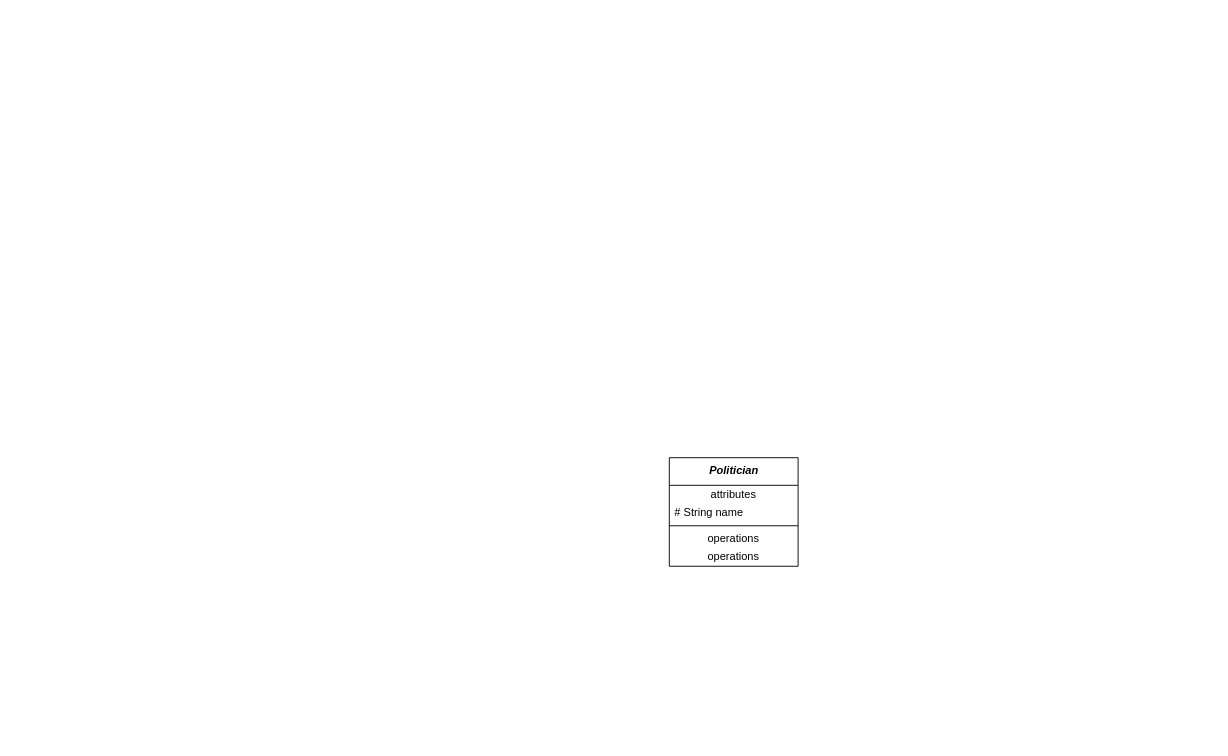
The draw.io diagram Mid-Exam.drawio in ussnllmn/SAD-1-2564, before the edit. Source tidied: cells renumbered, new cells numbered last; positions are measured from the earlier drawing's top-left corner, leaving out a move shared by most shapes. Both pictures are drawn from the tidied source at 92%, with x=0, y=0 at pixel (669, 457).
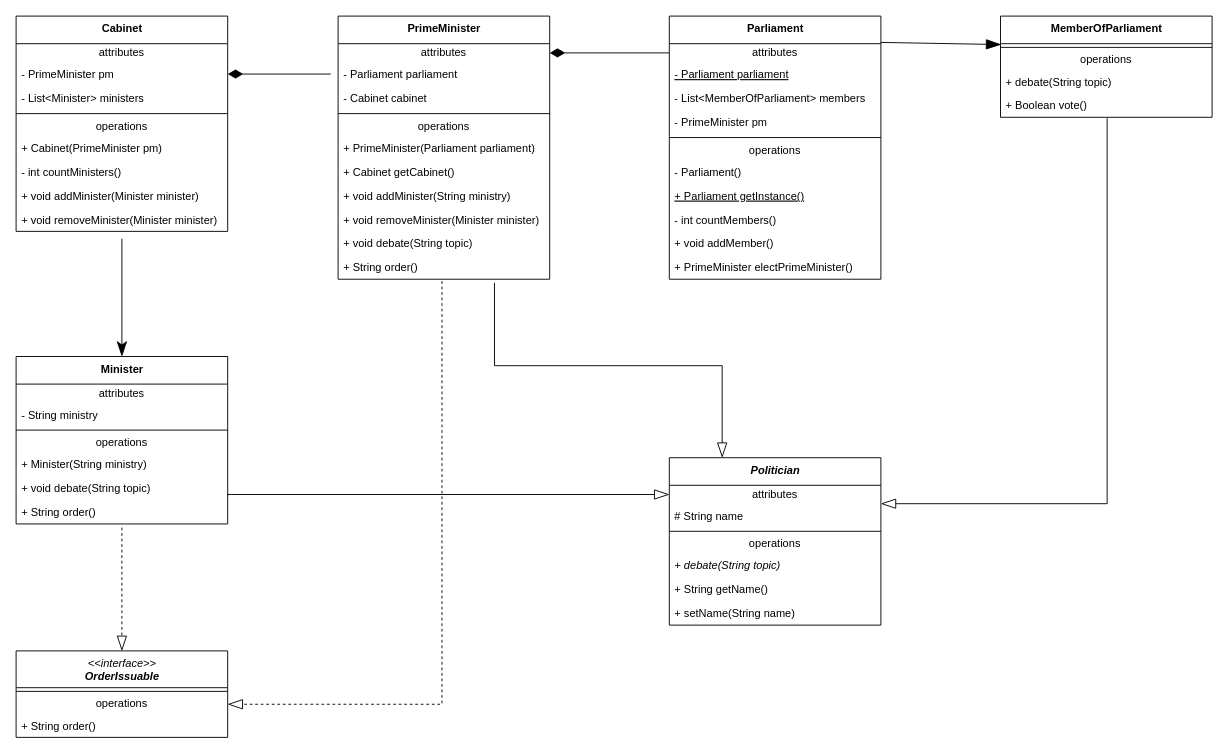
The same diagram, later.

The edit, as a diff of the source:
```diff
@@
+    <mxCell id="8" style="edgeStyle=orthogonalEdgeStyle;rounded=0;jettySize=auto;html=1;entryX=0.5;entryY=0;entryDx=0;entryDy=0;endArrow=classicThin;endFill=1;startSize=14;endSize=14;sourcePerimeterSpacing=8;targetPerimeterSpacing=8;" parent="1" edge="1" source="9" target="47">
+      <mxGeometry relative="1" as="geometry" />
+    </mxCell>
+    <mxCell id="9" value="&lt;b&gt;Cabinet&lt;/b&gt;" style="swimlane;fontStyle=0;align=center;verticalAlign=top;horizontal=1;startSize=30;html=1;" parent="1" vertex="1">
+      <mxGeometry x="-710" y="-480" width="230" height="234" as="geometry" />
+    </mxCell>
+    <mxCell id="10" value="attributes" style="text;html=1;strokeColor=none;fillColor=none;align=center;verticalAlign=middle;spacingLeft=4;spacingRight=4;overflow=hidden;" parent="9" vertex="1">
+      <mxGeometry y="30" width="230" height="20" as="geometry" />
+    </mxCell>
+    <mxCell id="11" value="- PrimeMinister pm" style="text;strokeColor=none;fillColor=none;align=left;verticalAlign=top;spacingLeft=4;spacingRight=4;overflow=hidden;" parent="9" vertex="1">
+      <mxGeometry y="50" width="230" height="26" as="geometry" />
+    </mxCell>
+    <mxCell id="12" value="- List&lt;Minister&gt; ministers" style="text;strokeColor=none;fillColor=none;align=left;verticalAlign=top;spacingLeft=4;spacingRight=4;overflow=hidden;" parent="9" vertex="1">
+      <mxGeometry y="76" width="230" height="26" as="geometry" />
+    </mxCell>
+    <mxCell id="13" style="line;strokeWidth=1;fillColor=none;align=left;verticalAlign=middle;spacingTop=-1;spacingLeft=3;spacingRight=3;labelPosition=right;" parent="9" vertex="1">
+      <mxGeometry y="102" width="230" height="8" as="geometry" />
+    </mxCell>
+    <mxCell id="14" value="operations" style="text;html=1;strokeColor=none;fillColor=none;align=center;verticalAlign=middle;spacingLeft=4;spacingRight=4;overflow=hidden;" parent="9" vertex="1">
+      <mxGeometry y="110" width="230" height="20" as="geometry" />
+    </mxCell>
+    <mxCell id="15" value="+ Cabinet(PrimeMinister pm)" style="text;strokeColor=none;fillColor=none;align=left;verticalAlign=top;spacingLeft=4;spacingRight=4;overflow=hidden;" parent="9" vertex="1">
+      <mxGeometry y="130" width="230" height="26" as="geometry" />
+    </mxCell>
+    <mxCell id="16" value="- int countMinisters()" style="text;strokeColor=none;fillColor=none;align=left;verticalAlign=top;spacingLeft=4;spacingRight=4;overflow=hidden;" parent="9" vertex="1">
+      <mxGeometry y="156" width="230" height="26" as="geometry" />
+    </mxCell>
+    <mxCell id="17" value="+ void addMinister(Minister minister)" style="text;strokeColor=none;fillColor=none;align=left;verticalAlign=top;spacingLeft=4;spacingRight=4;overflow=hidden;" parent="9" vertex="1">
+      <mxGeometry y="182" width="230" height="26" as="geometry" />
+    </mxCell>
+    <mxCell id="18" value="+ void removeMinister(Minister minister)" style="text;strokeColor=none;fillColor=none;align=left;verticalAlign=top;spacingLeft=4;spacingRight=4;overflow=hidden;" parent="9" vertex="1">
+      <mxGeometry y="208" width="230" height="26" as="geometry" />
+    </mxCell>
+    <mxCell id="19" style="edgeStyle=orthogonalEdgeStyle;rounded=0;jettySize=auto;html=1;exitX=0.491;exitY=1.077;exitDx=0;exitDy=0;entryX=1;entryY=0.5;entryDx=0;entryDy=0;endArrow=blockThin;startSize=14;endSize=14;sourcePerimeterSpacing=8;targetPerimeterSpacing=8;exitPerimeter=0;dashed=1;endFill=0;" parent="1" edge="1" source="31" target="69">
+      <mxGeometry relative="1" as="geometry">
+        <Array as="points">
+          <mxPoint x="-247" y="268" />
+        </Array>
+      </mxGeometry>
+    </mxCell>
+    <mxCell id="20" value="&lt;b&gt;PrimeMinister&lt;/b&gt;" style="swimlane;fontStyle=0;align=center;verticalAlign=top;horizontal=1;startSize=30;html=1;" parent="1" vertex="1">
+      <mxGeometry x="-360" y="-480" width="230" height="286" as="geometry" />
+    </mxCell>
+    <mxCell id="21" value="attributes" style="text;html=1;strokeColor=none;fillColor=none;align=center;verticalAlign=middle;spacingLeft=4;spacingRight=4;overflow=hidden;points=[[0,0.5],[1,0.5]];portConstraint=eastwest;" parent="20" vertex="1">
+      <mxGeometry y="30" width="230" height="20" as="geometry" />
+    </mxCell>
+    <mxCell id="22" value="- Parliament parliament" style="text;strokeColor=none;fillColor=none;align=left;verticalAlign=top;spacingLeft=4;spacingRight=4;overflow=hidden;points=[[0,0.5],[1,0.5]];portConstraint=eastwest;" parent="20" vertex="1">
+      <mxGeometry y="50" width="230" height="26" as="geometry" />
+    </mxCell>
+    <mxCell id="23" value="- Cabinet cabinet" style="text;strokeColor=none;fillColor=none;align=left;verticalAlign=top;spacingLeft=4;spacingRight=4;overflow=hidden;" parent="20" vertex="1">
+      <mxGeometry y="76" width="230" height="26" as="geometry" />
+    </mxCell>
+    <mxCell id="24" style="line;strokeWidth=1;fillColor=none;align=left;verticalAlign=middle;spacingTop=-1;spacingLeft=3;spacingRight=3;labelPosition=right;" parent="20" vertex="1">
+      <mxGeometry y="102" width="230" height="8" as="geometry" />
+    </mxCell>
+    <mxCell id="25" value="operations" style="text;html=1;strokeColor=none;fillColor=none;align=center;verticalAlign=middle;spacingLeft=4;spacingRight=4;overflow=hidden;" parent="20" vertex="1">
+      <mxGeometry y="110" width="230" height="20" as="geometry" />
+    </mxCell>
+    <mxCell id="26" value="+ PrimeMinister(Parliament parliament)" style="text;strokeColor=none;fillColor=none;align=left;verticalAlign=top;spacingLeft=4;spacingRight=4;overflow=hidden;" parent="20" vertex="1">
+      <mxGeometry y="130" width="230" height="26" as="geometry" />
+    </mxCell>
+    <mxCell id="27" value="+ Cabinet getCabinet() " style="text;strokeColor=none;fillColor=none;align=left;verticalAlign=top;spacingLeft=4;spacingRight=4;overflow=hidden;" parent="20" vertex="1">
+      <mxGeometry y="156" width="230" height="26" as="geometry" />
+    </mxCell>
+    <mxCell id="28" value="+ void addMinister(String ministry)" style="text;strokeColor=none;fillColor=none;align=left;verticalAlign=top;spacingLeft=4;spacingRight=4;overflow=hidden;" parent="20" vertex="1">
+      <mxGeometry y="182" width="230" height="26" as="geometry" />
+    </mxCell>
+    <mxCell id="29" value="+ void removeMinister(Minister minister)" style="text;strokeColor=none;fillColor=none;align=left;verticalAlign=top;spacingLeft=4;spacingRight=4;overflow=hidden;" parent="20" vertex="1">
+      <mxGeometry y="208" width="230" height="26" as="geometry" />
+    </mxCell>
+    <mxCell id="30" value="+ void debate(String topic)" style="text;strokeColor=none;fillColor=none;align=left;verticalAlign=top;spacingLeft=4;spacingRight=4;overflow=hidden;" parent="20" vertex="1">
+      <mxGeometry y="234" width="230" height="26" as="geometry" />
+    </mxCell>
+    <mxCell id="31" value="+ String order()" style="text;strokeColor=none;fillColor=none;align=left;verticalAlign=top;spacingLeft=4;spacingRight=4;overflow=hidden;points=[[0,0.5],[1,0.5]];portConstraint=eastwest;" parent="20" vertex="1">
+      <mxGeometry y="260" width="230" height="26" as="geometry" />
+    </mxCell>
+    <mxCell id="32" style="edgeStyle=none;rounded=0;jettySize=auto;html=1;exitX=0.996;exitY=-0.071;exitDx=0;exitDy=0;entryX=0.003;entryY=0.118;entryDx=0;entryDy=0;endArrow=blockThin;endFill=1;startSize=14;endSize=14;sourcePerimeterSpacing=8;targetPerimeterSpacing=8;entryPerimeter=0;exitPerimeter=0;startArrow=none;startFill=0;" parent="1" edge="1" source="34" target="57">
+      <mxGeometry relative="1" as="geometry" />
+    </mxCell>
+    <mxCell id="33" value="&lt;b&gt;Parliament&lt;/b&gt;" style="swimlane;fontStyle=0;align=center;verticalAlign=top;horizontal=1;startSize=30;html=1;" parent="1" vertex="1">
+      <mxGeometry y="-480" width="230" height="286" as="geometry" />
+    </mxCell>
+    <mxCell id="34" value="attributes" style="text;html=1;strokeColor=none;fillColor=none;align=center;verticalAlign=middle;spacingLeft=4;spacingRight=4;overflow=hidden;points=[[0,0.5],[1,0.5]];portConstraint=eastwest;" parent="33" vertex="1">
+      <mxGeometry y="30" width="230" height="20" as="geometry" />
+    </mxCell>
+    <mxCell id="35" value="- Parliament parliament" style="text;strokeColor=none;fillColor=none;align=left;verticalAlign=top;spacingLeft=4;spacingRight=4;overflow=hidden;fontStyle=4;" parent="33" vertex="1">
+      <mxGeometry y="50" width="230" height="26" as="geometry" />
+    </mxCell>
+    <mxCell id="36" value="- List&lt;MemberOfParliament&gt; members" style="text;strokeColor=none;fillColor=none;align=left;verticalAlign=top;spacingLeft=4;spacingRight=4;overflow=hidden;" parent="33" vertex="1">
+      <mxGeometry y="76" width="230" height="26" as="geometry" />
+    </mxCell>
+    <mxCell id="37" value="- PrimeMinister pm" style="text;strokeColor=none;fillColor=none;align=left;verticalAlign=top;spacingLeft=4;spacingRight=4;overflow=hidden;" parent="33" vertex="1">
+      <mxGeometry y="102" width="230" height="26" as="geometry" />
+    </mxCell>
+    <mxCell id="38" style="line;strokeWidth=1;fillColor=none;align=left;verticalAlign=middle;spacingTop=-1;spacingLeft=3;spacingRight=3;labelPosition=right;" parent="33" vertex="1">
+      <mxGeometry y="128" width="230" height="8" as="geometry" />
+    </mxCell>
+    <mxCell id="39" value="operations" style="text;html=1;strokeColor=none;fillColor=none;align=center;verticalAlign=middle;spacingLeft=4;spacingRight=4;overflow=hidden;" parent="33" vertex="1">
+      <mxGeometry y="136" width="230" height="20" as="geometry" />
+    </mxCell>
+    <mxCell id="40" value="- Parliament()" style="text;strokeColor=none;fillColor=none;align=left;verticalAlign=top;spacingLeft=4;spacingRight=4;overflow=hidden;" parent="33" vertex="1">
+      <mxGeometry y="156" width="230" height="26" as="geometry" />
+    </mxCell>
+    <mxCell id="41" value="+ Parliament getInstance()" style="text;strokeColor=none;fillColor=none;align=left;verticalAlign=top;spacingLeft=4;spacingRight=4;overflow=hidden;fontStyle=4;" parent="33" vertex="1">
+      <mxGeometry y="182" width="230" height="26" as="geometry" />
+    </mxCell>
+    <mxCell id="42" value="- int countMembers()" style="text;strokeColor=none;fillColor=none;align=left;verticalAlign=top;spacingLeft=4;spacingRight=4;overflow=hidden;" parent="33" vertex="1">
+      <mxGeometry y="208" width="230" height="26" as="geometry" />
+    </mxCell>
+    <mxCell id="43" value="+ void addMember()" style="text;strokeColor=none;fillColor=none;align=left;verticalAlign=top;spacingLeft=4;spacingRight=4;overflow=hidden;" parent="33" vertex="1">
+      <mxGeometry y="234" width="230" height="26" as="geometry" />
+    </mxCell>
+    <mxCell id="44" value="+ PrimeMinister electPrimeMinister()" style="text;strokeColor=none;fillColor=none;align=left;verticalAlign=top;spacingLeft=4;spacingRight=4;overflow=hidden;" parent="33" vertex="1">
+      <mxGeometry y="260" width="230" height="26" as="geometry" />
+    </mxCell>
+    <mxCell id="45" style="edgeStyle=orthogonalEdgeStyle;rounded=0;jettySize=auto;html=1;entryX=0.5;entryY=0;entryDx=0;entryDy=0;dashed=1;endArrow=blockThin;endFill=0;startSize=14;endSize=14;sourcePerimeterSpacing=8;targetPerimeterSpacing=8;" parent="1" edge="1" target="67">
+      <mxGeometry relative="1" as="geometry">
+        <mxPoint x="-595" y="76" as="sourcePoint" />
+        <Array as="points">
+          <mxPoint x="-595" y="110" />
+          <mxPoint x="-595" y="110" />
+        </Array>
+      </mxGeometry>
+    </mxCell>
+    <mxCell id="46" style="edgeStyle=orthogonalEdgeStyle;rounded=0;jettySize=auto;html=1;entryX=0;entryY=0.5;entryDx=0;entryDy=0;endArrow=blockThin;endFill=0;startSize=14;endSize=14;sourcePerimeterSpacing=8;targetPerimeterSpacing=8;exitX=1;exitY=0.808;exitDx=0;exitDy=0;exitPerimeter=0;" parent="1" edge="1" source="53" target="61">
+      <mxGeometry relative="1" as="geometry">
+        <Array as="points">
+          <mxPoint x="-480" y="40" />
+        </Array>
+      </mxGeometry>
+    </mxCell>
+    <mxCell id="47" value="&lt;b&gt;Minister&lt;/b&gt;" style="swimlane;fontStyle=0;align=center;verticalAlign=top;horizontal=1;startSize=30;html=1;" parent="1" vertex="1">
+      <mxGeometry x="-710" y="-110" width="230" height="182" as="geometry" />
+    </mxCell>
+    <mxCell id="48" value="attributes" style="text;html=1;strokeColor=none;fillColor=none;align=center;verticalAlign=middle;spacingLeft=4;spacingRight=4;overflow=hidden;" parent="47" vertex="1">
+      <mxGeometry y="30" width="230" height="20" as="geometry" />
+    </mxCell>
+    <mxCell id="49" value="- String ministry" style="text;strokeColor=none;fillColor=none;align=left;verticalAlign=top;spacingLeft=4;spacingRight=4;overflow=hidden;" parent="47" vertex="1">
+      <mxGeometry y="50" width="230" height="26" as="geometry" />
+    </mxCell>
+    <mxCell id="50" style="line;strokeWidth=1;fillColor=none;align=left;verticalAlign=middle;spacingTop=-1;spacingLeft=3;spacingRight=3;labelPosition=right;" parent="47" vertex="1">
+      <mxGeometry y="76" width="230" height="8" as="geometry" />
+    </mxCell>
+    <mxCell id="51" value="operations" style="text;html=1;strokeColor=none;fillColor=none;align=center;verticalAlign=middle;spacingLeft=4;spacingRight=4;overflow=hidden;" parent="47" vertex="1">
+      <mxGeometry y="84" width="230" height="20" as="geometry" />
+    </mxCell>
+    <mxCell id="52" value="+ Minister(String ministry)" style="text;strokeColor=none;fillColor=none;align=left;verticalAlign=top;spacingLeft=4;spacingRight=4;overflow=hidden;" parent="47" vertex="1">
+      <mxGeometry y="104" width="230" height="26" as="geometry" />
+    </mxCell>
+    <mxCell id="53" value="+ void debate(String topic)" style="text;strokeColor=none;fillColor=none;align=left;verticalAlign=top;spacingLeft=4;spacingRight=4;overflow=hidden;points=[[0,0.5],[1,0.5]];portConstraint=eastwest;" parent="47" vertex="1">
+      <mxGeometry y="130" width="230" height="26" as="geometry" />
+    </mxCell>
+    <mxCell id="54" value="+ String order()" style="text;strokeColor=none;fillColor=none;align=left;verticalAlign=top;spacingLeft=4;spacingRight=4;overflow=hidden;" parent="47" vertex="1">
+      <mxGeometry y="156" width="230" height="26" as="geometry" />
+    </mxCell>
+    <mxCell id="55" style="edgeStyle=orthogonalEdgeStyle;rounded=0;jettySize=auto;html=1;endArrow=blockThin;endFill=0;startSize=14;endSize=14;sourcePerimeterSpacing=8;targetPerimeterSpacing=8;exitX=0.504;exitY=1.038;exitDx=0;exitDy=0;exitPerimeter=0;" parent="1" edge="1" source="60">
+      <mxGeometry relative="1" as="geometry">
+        <mxPoint x="230" y="50" as="targetPoint" />
+        <Array as="points">
+          <mxPoint x="476" y="50" />
+        </Array>
+      </mxGeometry>
+    </mxCell>
+    <mxCell id="56" value="&lt;b&gt;MemberOfParliament&lt;/b&gt;" style="swimlane;fontStyle=0;align=center;verticalAlign=top;horizontal=1;startSize=30;html=1;" parent="1" vertex="1">
+      <mxGeometry x="360" y="-480" width="230" height="110" as="geometry" />
+    </mxCell>
+    <mxCell id="57" style="line;strokeWidth=1;fillColor=none;align=left;verticalAlign=middle;spacingTop=-1;spacingLeft=3;spacingRight=3;labelPosition=right;points=[];portConstraint=eastwest;" parent="56" vertex="1">
+      <mxGeometry y="30" width="230" height="8" as="geometry" />
+    </mxCell>
+    <mxCell id="58" value="operations" style="text;html=1;strokeColor=none;fillColor=none;align=center;verticalAlign=middle;spacingLeft=4;spacingRight=4;overflow=hidden;" parent="56" vertex="1">
+      <mxGeometry y="38" width="230" height="20" as="geometry" />
+    </mxCell>
+    <mxCell id="59" value="+ debate(String topic)" style="text;strokeColor=none;fillColor=none;align=left;verticalAlign=top;spacingLeft=4;spacingRight=4;overflow=hidden;" parent="56" vertex="1">
+      <mxGeometry y="58" width="230" height="26" as="geometry" />
+    </mxCell>
+    <mxCell id="60" value="+ Boolean vote() " style="text;strokeColor=none;fillColor=none;align=left;verticalAlign=top;spacingLeft=4;spacingRight=4;overflow=hidden;points=[[0,0.5],[1,0.5]];portConstraint=eastwest;" parent="56" vertex="1">
+      <mxGeometry y="84" width="230" height="26" as="geometry" />
+    </mxCell>
-    <mxCell id="2" value="&lt;b&gt;&lt;i&gt;Politician&lt;/i&gt;&lt;/b&gt;" style="swimlane;fontStyle=0;align=center;verticalAlign=top;horizontal=1;startSize=30;html=1;hachureGap=4;" parent="1" vertex="1">
-      <mxGeometry width="140" height="118" as="geometry" />
+    <mxCell id="2" value="&lt;b&gt;&lt;i&gt;Politician&lt;/i&gt;&lt;/b&gt;" style="swimlane;fontStyle=0;align=center;verticalAlign=top;horizontal=1;startSize=30;html=1;" parent="1" vertex="1">
+      <mxGeometry width="230" height="182" as="geometry" />
     </mxCell>
-    <mxCell id="3" value="attributes" style="text;html=1;strokeColor=none;fillColor=none;align=center;verticalAlign=middle;spacingLeft=4;spacingRight=4;overflow=hidden;" parent="2" vertex="1">
-      <mxGeometry y="30" width="140" height="20" as="geometry" />
-    </mxCell>
+    <mxCell id="61" value="attributes" style="text;html=1;strokeColor=none;fillColor=none;align=center;verticalAlign=middle;spacingLeft=4;spacingRight=4;overflow=hidden;points=[[0,0.5],[1,0.5]];portConstraint=eastwest;" parent="2" vertex="1">
+      <mxGeometry y="30" width="230" height="20" as="geometry" />
+    </mxCell>
-    <mxCell id="4" value="# String name" style="text;html=1;strokeColor=none;fillColor=none;align=left;verticalAlign=middle;spacingLeft=4;spacingRight=4;overflow=hidden;" parent="2" vertex="1">
-      <mxGeometry y="50" width="140" height="20" as="geometry" />
+    <mxCell id="4" value="# String name" style="text;strokeColor=none;fillColor=none;align=left;verticalAlign=top;spacingLeft=4;spacingRight=4;overflow=hidden;fontStyle=0;" parent="2" vertex="1">
+      <mxGeometry y="50" width="230" height="26" as="geometry" />
     </mxCell>
-    <mxCell id="5" style="line;strokeWidth=1;fillColor=none;align=left;verticalAlign=middle;spacingTop=-1;spacingLeft=3;spacingRight=3;labelPosition=right;" parent="2" vertex="1">
-      <mxGeometry y="70" width="140" height="8" as="geometry" />
-    </mxCell>
-    <mxCell id="6" value="operations" style="text;html=1;strokeColor=none;fillColor=none;align=center;verticalAlign=middle;spacingLeft=4;spacingRight=4;overflow=hidden;" parent="2" vertex="1">
-      <mxGeometry y="78" width="140" height="20" as="geometry" />
-    </mxCell>
-    <mxCell id="7" value="operations" style="text;html=1;strokeColor=none;fillColor=none;align=center;verticalAlign=middle;spacingLeft=4;spacingRight=4;overflow=hidden;" parent="2" vertex="1">
-      <mxGeometry y="98" width="140" height="20" as="geometry" />
-    </mxCell>
+    <mxCell id="62" style="line;strokeWidth=1;fillColor=none;align=left;verticalAlign=middle;spacingTop=-1;spacingLeft=3;spacingRight=3;labelPosition=right;" parent="2" vertex="1">
+      <mxGeometry y="76" width="230" height="8" as="geometry" />
+    </mxCell>
+    <mxCell id="63" value="operations" style="text;html=1;strokeColor=none;fillColor=none;align=center;verticalAlign=middle;spacingLeft=4;spacingRight=4;overflow=hidden;" parent="2" vertex="1">
+      <mxGeometry y="84" width="230" height="20" as="geometry" />
+    </mxCell>
+    <mxCell id="64" value="+ debate(String topic)" style="text;strokeColor=none;fillColor=none;align=left;verticalAlign=top;spacingLeft=4;spacingRight=4;overflow=hidden;fontStyle=2;" parent="2" vertex="1">
+      <mxGeometry y="104" width="230" height="26" as="geometry" />
+    </mxCell>
+    <mxCell id="65" value="+ String getName()" style="text;strokeColor=none;fillColor=none;align=left;verticalAlign=top;spacingLeft=4;spacingRight=4;overflow=hidden;fontStyle=0;" parent="2" vertex="1">
+      <mxGeometry y="130" width="230" height="26" as="geometry" />
+    </mxCell>
+    <mxCell id="66" value="+ setName(String name)" style="text;strokeColor=none;fillColor=none;align=left;verticalAlign=top;spacingLeft=4;spacingRight=4;overflow=hidden;" parent="2" vertex="1">
+      <mxGeometry y="156" width="230" height="26" as="geometry" />
+    </mxCell>
+    <mxCell id="67" value="&lt;i&gt;&amp;lt;&amp;lt;interface&amp;gt;&amp;gt;&lt;br&gt;&lt;b&gt;OrderIssuable&lt;/b&gt;&lt;/i&gt;" style="swimlane;fontStyle=0;align=center;verticalAlign=top;horizontal=1;startSize=40;html=1;" parent="1" vertex="1">
+      <mxGeometry x="-710" y="210" width="230" height="94" as="geometry" />
+    </mxCell>
+    <mxCell id="68" style="line;strokeWidth=1;fillColor=none;align=left;verticalAlign=middle;spacingTop=-1;spacingLeft=3;spacingRight=3;labelPosition=right;" parent="67" vertex="1">
+      <mxGeometry y="40" width="230" height="8" as="geometry" />
+    </mxCell>
+    <mxCell id="69" value="operations" style="text;html=1;strokeColor=none;fillColor=none;align=center;verticalAlign=middle;spacingLeft=4;spacingRight=4;overflow=hidden;points=[[0,0.5],[1,0.5]];portConstraint=eastwest;" parent="67" vertex="1">
+      <mxGeometry y="48" width="230" height="20" as="geometry" />
+    </mxCell>
+    <mxCell id="70" value="+ String order()" style="text;strokeColor=none;fillColor=none;align=left;verticalAlign=top;spacingLeft=4;spacingRight=4;overflow=hidden;" parent="67" vertex="1">
+      <mxGeometry y="68" width="230" height="26" as="geometry" />
+    </mxCell>
+    <mxCell id="71" style="edgeStyle=orthogonalEdgeStyle;rounded=0;jettySize=auto;html=1;entryX=0.25;entryY=0;entryDx=0;entryDy=0;endArrow=blockThin;endFill=0;startSize=14;endSize=14;sourcePerimeterSpacing=8;targetPerimeterSpacing=8;" parent="1" edge="1" target="2">
+      <mxGeometry relative="1" as="geometry">
+        <mxPoint x="-190" y="-190" as="sourcePoint" />
+        <Array as="points">
+          <mxPoint x="-190" y="-100" />
+          <mxPoint x="58" y="-100" />
+        </Array>
+      </mxGeometry>
+    </mxCell>
+    <mxCell id="72" style="edgeStyle=none;rounded=0;jettySize=auto;html=1;startArrow=diamondThin;startFill=1;endArrow=none;endFill=0;startSize=14;endSize=14;sourcePerimeterSpacing=8;targetPerimeterSpacing=8;" parent="1" edge="1" target="22">
+      <mxGeometry relative="1" as="geometry">
+        <mxPoint x="-480" y="-417" as="sourcePoint" />
+      </mxGeometry>
+    </mxCell>
+    <mxCell id="73" style="edgeStyle=none;rounded=0;jettySize=auto;html=1;exitX=1;exitY=0.5;exitDx=0;exitDy=0;entryX=0;entryY=0.5;entryDx=0;entryDy=0;startArrow=diamondThin;startFill=1;endArrow=none;endFill=0;startSize=14;endSize=14;sourcePerimeterSpacing=8;targetPerimeterSpacing=8;" parent="1" edge="1" source="21" target="34">
+      <mxGeometry relative="1" as="geometry" />
+    </mxCell>
```
